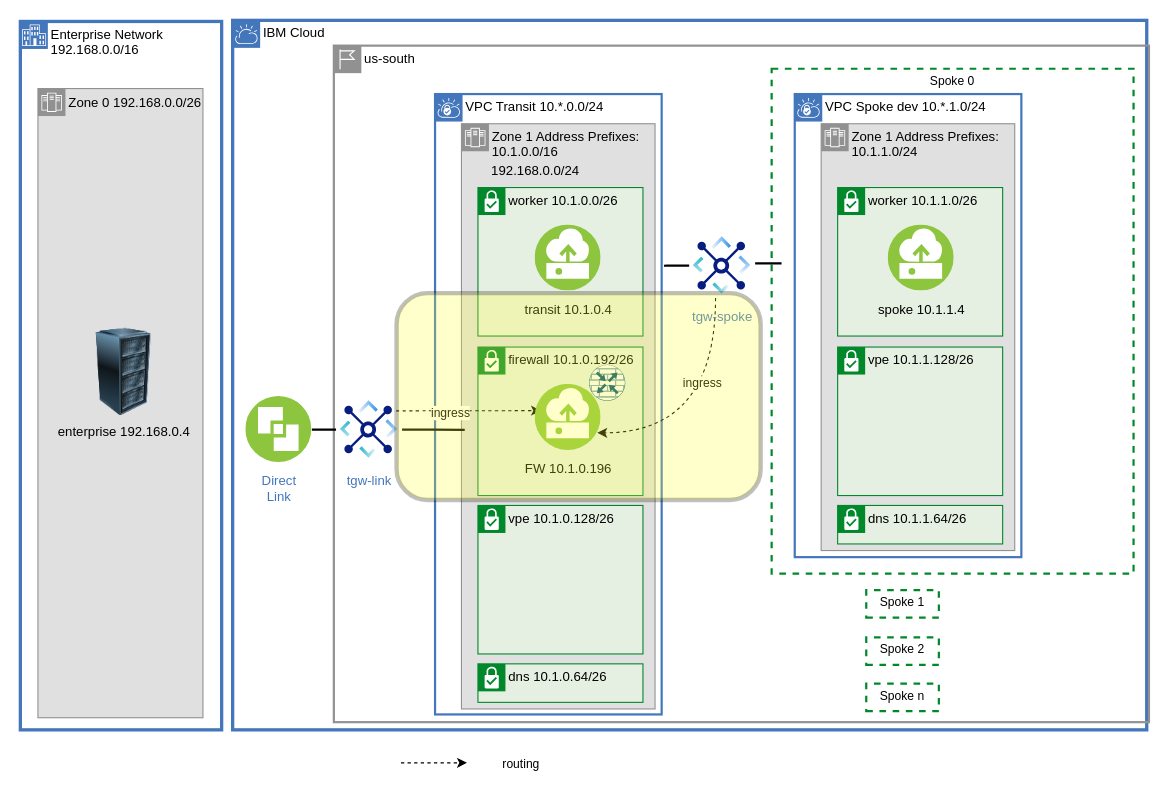
This is page "vpc-layout" (3 of 15) of diagrams/vpc-transit.drawio from ibm-cloud-docs/solution-tutorials, a draw.io file, before an edit. Source tidied: cells renumbered, new cells numbered last; positions are measured from the earlier drawing's top-left corner, leaving out a move shared by most shapes. Both pictures are drawn from the tidied source at 110%, with x=0, y=0 at pixel (20, 20).
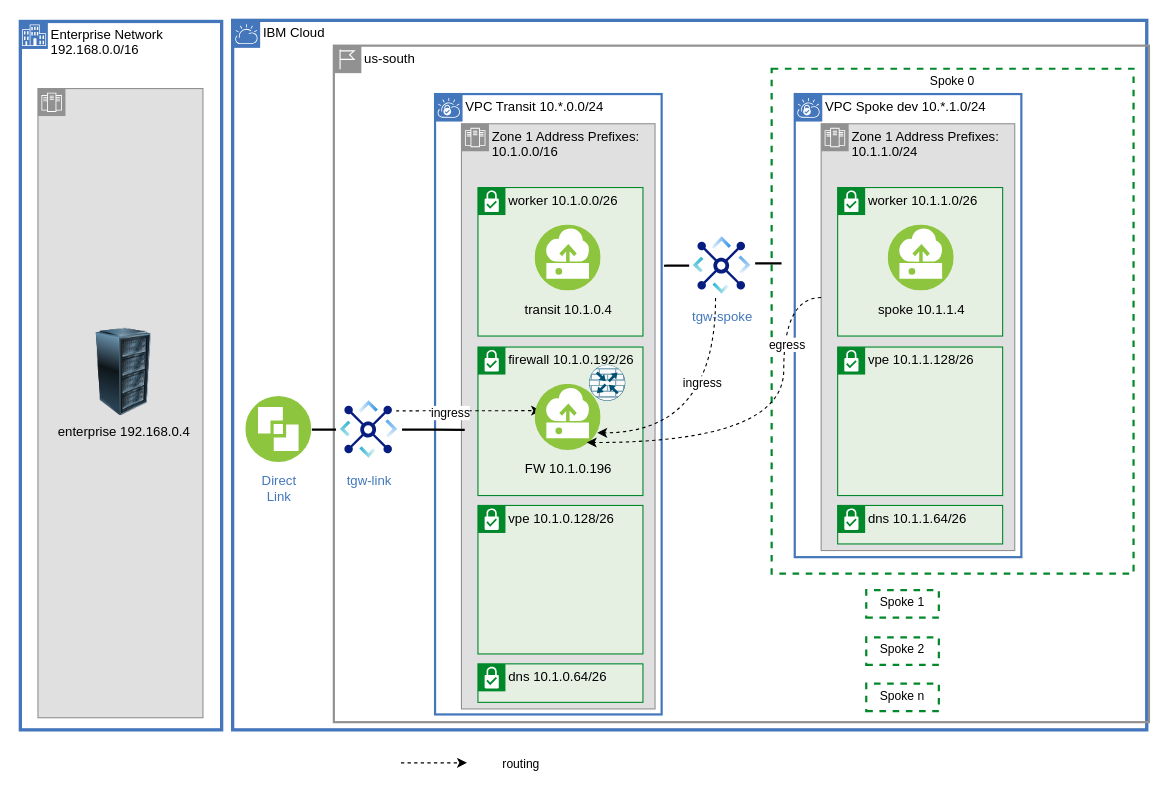
Above is the later version.

The change refers to these unchanged cells:
```xml
<mxCell id="6" value="Zone 1 Address Prefixes:&amp;nbsp; 10.1.1.0/24" style="shape=mxgraph.ibm.box;prType=zone;fontStyle=0;verticalAlign=top;align=left;spacingLeft=32;spacingTop=4;fillColor=#E0E0E0;rounded=0;whiteSpace=wrap;html=1;strokeColor=#919191;strokeWidth=1;dashed=0;spacing=-4;" parent="1" vertex="1">
  <mxGeometry x="728" y="94" width="176" height="388" as="geometry" />
</mxCell>
```

Diff of the diagram source:
```diff
@@
-    <mxCell id="44" parent="0" />
-    <mxCell id="45" value="&lt;span style=&quot;font-size: 12px; text-align: left;&quot;&gt;192.168.0.0/24&lt;/span&gt;" style="text;html=1;align=center;verticalAlign=middle;strokeColor=none;fillColor=none;fontSize=11;fontFamily=Helvetica;fontColor=default;" parent="44" vertex="1">
-      <mxGeometry x="419" y="124" width="98" height="26" as="geometry" />
-    </mxCell>
-    <mxCell id="46" value="&lt;span style=&quot;font-size: 12px; text-align: left;&quot;&gt;Zone 0 192.168.0.0/26&lt;/span&gt;" style="text;html=1;align=center;verticalAlign=middle;strokeColor=none;fillColor=none;fontSize=11;fontFamily=Helvetica;fontColor=default;" parent="44" vertex="1">
-      <mxGeometry x="34" y="62" width="139" height="26" as="geometry" />
-    </mxCell>
-    <mxCell id="47" parent="0" />
-    <mxCell id="48" style="rounded=1;whiteSpace=wrap;html=1;fontFamily=Helvetica;fontSize=11;fillColor=#FFFF33;strokeColor=#000000;opacity=25;strokeWidth=4;" parent="47" vertex="1">
-      <mxGeometry x="342" y="248" width="331" height="188" as="geometry" />
-    </mxCell>
+    <mxCell id="49" parent="0" />
+    <mxCell id="50" style="edgeStyle=orthogonalEdgeStyle;shape=connector;curved=1;rounded=0;jettySize=auto;html=1;entryX=0.75;entryY=1;entryDx=0;entryDy=0;dashed=1;labelBackgroundColor=default;strokeColor=default;strokeWidth=1;fontFamily=Helvetica;fontSize=11;fontColor=default;endArrow=classic;endFill=1;" parent="49" edge="1" source="6">
+      <mxGeometry relative="1" as="geometry">
+        <mxPoint x="514.9" y="383.8" as="targetPoint" />
+        <Array as="points">
+          <mxPoint x="694" y="252" />
+          <mxPoint x="694" y="384" />
+        </Array>
+      </mxGeometry>
+    </mxCell>
+    <mxCell id="51" value="egress" style="edgeLabel;html=1;align=center;verticalAlign=middle;fontSize=11;fontFamily=Helvetica;fontColor=default;" parent="50" vertex="1">
+      <mxGeometry x="-0.56" y="2" relative="1" as="geometry" />
+    </mxCell>
```
